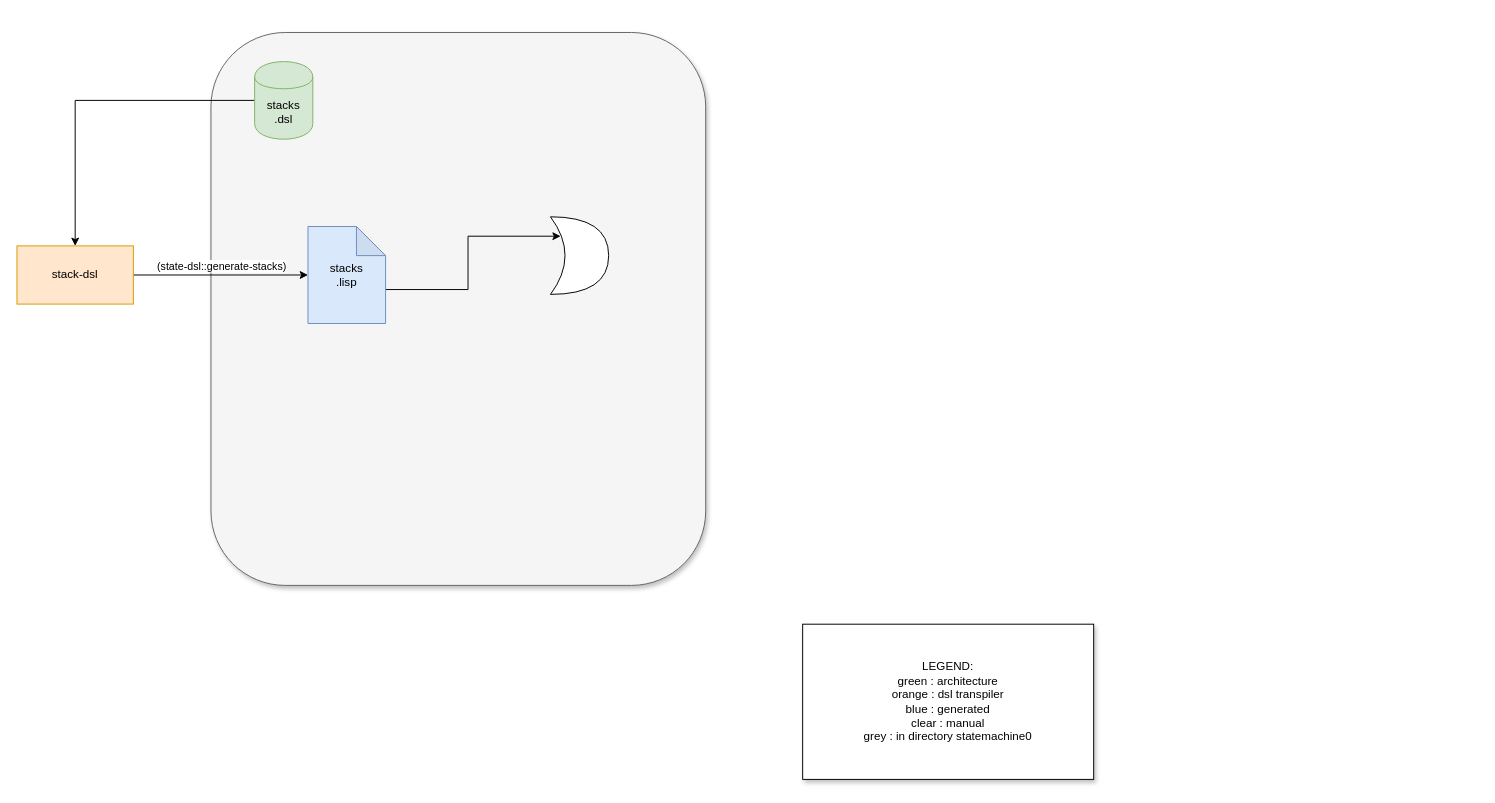
The draw.io diagram workflow.drawio in guitarvydas/sm-dsl, before the edit. Source tidied: cells renumbered, new cells numbered last; positions are measured from the earlier drawing's top-left corner, leaving out a move shared by most shapes. Both pictures are drawn from the tidied source at 97%, with x=0, y=0 at pixel (16, 32).
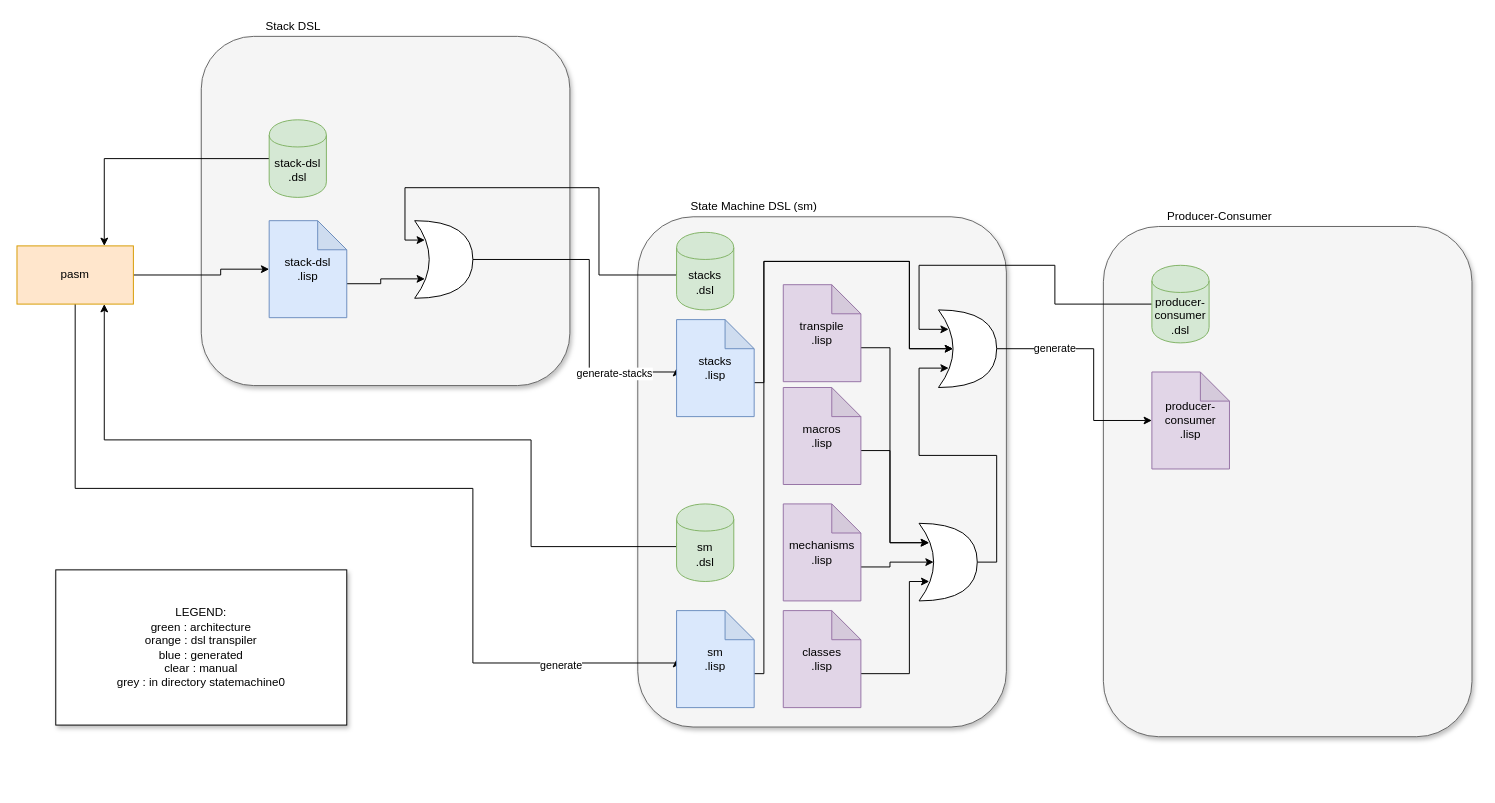
The same diagram, later.

The edit, as a diff of the source:
```diff
@@
+    <mxCell id="12" style="rounded=1;whiteSpace=wrap;html=1;shadow=1;strokeColor=#666666;fillColor=#f5f5f5;fontColor=#333333;" parent="1" vertex="1">
+      <mxGeometry x="1120" y="200" width="380" height="526" as="geometry" />
+    </mxCell>
+    <mxCell id="13" style="rounded=1;whiteSpace=wrap;html=1;shadow=1;strokeColor=#666666;fillColor=#f5f5f5;fontColor=#333333;" parent="1" vertex="1">
+      <mxGeometry x="640" y="190" width="380" height="526" as="geometry" />
+    </mxCell>
     <mxCell id="2" style="rounded=1;whiteSpace=wrap;html=1;shadow=1;strokeColor=#666666;fillColor=#f5f5f5;fontColor=#333333;" parent="1" vertex="1">
-      <mxGeometry x="200" width="510" height="570" as="geometry" />
+      <mxGeometry x="190" y="4" width="380" height="360" as="geometry" />
     </mxCell>
-    <mxCell id="3" style="edgeStyle=orthogonalEdgeStyle;rounded=0;jettySize=auto;html=1;exitX=0;exitY=0.5;exitDx=0;exitDy=0;" parent="1" edge="1" source="4" target="7">
-      <mxGeometry relative="1" as="geometry" />
-    </mxCell>
+    <mxCell id="14" style="edgeStyle=orthogonalEdgeStyle;rounded=0;jettySize=auto;html=1;exitX=0;exitY=0.5;exitDx=0;exitDy=0;entryX=0.175;entryY=0.25;entryDx=0;entryDy=0;entryPerimeter=0;" parent="1" edge="1" source="4" target="10">
+      <mxGeometry relative="1" as="geometry">
+        <Array as="points">
+          <mxPoint x="600" y="250" />
+          <mxPoint x="600" y="160" />
+          <mxPoint x="400" y="160" />
+          <mxPoint x="400" y="214" />
+        </Array>
+      </mxGeometry>
+    </mxCell>
     <mxCell id="4" value="stacks&lt;br&gt;.dsl" style="shape=cylinder;whiteSpace=wrap;html=1;boundedLbl=1;backgroundOutline=1;fillColor=#d5e8d4;strokeColor=#82b366;" parent="1" vertex="1">
-      <mxGeometry x="245" y="30" width="60" height="80" as="geometry" />
+      <mxGeometry x="680" y="206" width="59" height="80" as="geometry" />
     </mxCell>
     <mxCell id="5" style="edgeStyle=orthogonalEdgeStyle;rounded=0;jettySize=auto;html=1;exitX=1;exitY=0.5;exitDx=0;exitDy=0;entryX=0;entryY=0.5;entryDx=0;entryDy=0;entryPerimeter=0;" parent="1" edge="1" source="7" target="9">
-      <mxGeometry relative="1" as="geometry" />
+      <mxGeometry relative="1" as="geometry">
+        <Array as="points">
+          <mxPoint x="210" y="250" />
+          <mxPoint x="210" y="244" />
+        </Array>
+      </mxGeometry>
     </mxCell>
-    <mxCell id="6" value="(state-dsl::generate-stacks)" style="edgeLabel;html=1;align=center;verticalAlign=middle;" parent="5" vertex="1">
-      <mxGeometry x="-0.33" y="-4" relative="1" as="geometry">
-        <mxPoint x="30" y="-14" as="offset" />
-      </mxGeometry>
-    </mxCell>
+    <mxCell id="15" style="edgeStyle=orthogonalEdgeStyle;rounded=0;jettySize=auto;html=1;exitX=0.5;exitY=1;exitDx=0;exitDy=0;entryX=0;entryY=0.5;entryDx=0;entryDy=0;entryPerimeter=0;" parent="1" edge="1" source="7" target="28">
+      <mxGeometry relative="1" as="geometry">
+        <Array as="points">
+          <mxPoint x="60" y="470" />
+          <mxPoint x="470" y="470" />
+          <mxPoint x="470" y="650" />
+        </Array>
+      </mxGeometry>
+    </mxCell>
+    <mxCell id="16" value="generate" style="edgeLabel;html=1;align=center;verticalAlign=middle;" parent="15" vertex="1">
+      <mxGeometry x="0.75" y="-2" relative="1" as="geometry" />
+    </mxCell>
-    <mxCell id="7" value="stack-dsl" style="rounded=0;whiteSpace=wrap;html=1;fillColor=#ffe6cc;strokeColor=#d79b00;" parent="1" vertex="1">
+    <mxCell id="7" value="pasm" style="rounded=0;whiteSpace=wrap;html=1;fillColor=#ffe6cc;strokeColor=#d79b00;" parent="1" vertex="1">
       <mxGeometry y="220" width="120" height="60" as="geometry" />
     </mxCell>
-    <mxCell id="8" style="edgeStyle=orthogonalEdgeStyle;rounded=0;jettySize=auto;html=1;exitX=0;exitY=0;exitDx=80;exitDy=65;exitPerimeter=0;entryX=0.175;entryY=0.25;entryDx=0;entryDy=0;entryPerimeter=0;" parent="1" edge="1" source="9" target="10">
+    <mxCell id="8" style="edgeStyle=orthogonalEdgeStyle;rounded=0;jettySize=auto;html=1;exitX=0;exitY=0;exitDx=80;exitDy=65;exitPerimeter=0;entryX=0.175;entryY=0.75;entryDx=0;entryDy=0;entryPerimeter=0;" parent="1" edge="1" source="9" target="10">
       <mxGeometry relative="1" as="geometry" />
     </mxCell>
-    <mxCell id="9" value="stacks&lt;br&gt;.lisp" style="shape=note;whiteSpace=wrap;html=1;backgroundOutline=1;darkOpacity=0.05;fillColor=#dae8fc;strokeColor=#6c8ebf;" parent="1" vertex="1">
-      <mxGeometry x="300" y="200" width="80" height="100" as="geometry" />
+    <mxCell id="9" value="stack-dsl&lt;br&gt;.lisp" style="shape=note;whiteSpace=wrap;html=1;backgroundOutline=1;darkOpacity=0.05;fillColor=#dae8fc;strokeColor=#6c8ebf;" parent="1" vertex="1">
+      <mxGeometry x="260" y="194" width="80" height="100" as="geometry" />
     </mxCell>
+    <mxCell id="17" style="edgeStyle=orthogonalEdgeStyle;rounded=0;jettySize=auto;html=1;exitX=1;exitY=0.5;exitDx=0;exitDy=0;exitPerimeter=0;entryX=0;entryY=0.5;entryDx=0;entryDy=0;entryPerimeter=0;" parent="1" edge="1" source="10" target="26">
+      <mxGeometry relative="1" as="geometry">
+        <Array as="points">
+          <mxPoint x="590" y="234" />
+          <mxPoint x="590" y="350" />
+        </Array>
+      </mxGeometry>
+    </mxCell>
+    <mxCell id="18" value="generate-stacks" style="edgeLabel;html=1;align=center;verticalAlign=middle;" parent="17" vertex="1">
+      <mxGeometry x="0.58" y="-1" relative="1" as="geometry" />
+    </mxCell>
     <mxCell id="10" style="shape=xor;whiteSpace=wrap;html=1;" parent="1" vertex="1">
-      <mxGeometry x="550" y="190" width="60" height="80" as="geometry" />
+      <mxGeometry x="410" y="194" width="60" height="80" as="geometry" />
     </mxCell>
     <mxCell id="11" value="&lt;div&gt;&lt;span&gt;LEGEND:&lt;/span&gt;&lt;/div&gt;&lt;div&gt;&lt;span&gt;green : architecture&lt;/span&gt;&lt;/div&gt;&lt;div&gt;&lt;span&gt;orange : dsl transpiler&lt;/span&gt;&lt;/div&gt;&lt;div&gt;&lt;span&gt;blue : generated&lt;/span&gt;&lt;/div&gt;&lt;div&gt;&lt;span&gt;clear : manual&lt;/span&gt;&lt;/div&gt;&lt;div&gt;grey : in directory statemachine0&lt;/div&gt;" style="text;html=1;strokeColor=#000000;fillColor=#ffffff;align=center;verticalAlign=middle;whiteSpace=wrap;rounded=0;shadow=1;" parent="1" vertex="1">
-      <mxGeometry x="810" y="610" width="300" height="160" as="geometry" />
+      <mxGeometry x="40" y="554" width="300" height="160" as="geometry" />
     </mxCell>
+    <mxCell id="19" style="edgeStyle=orthogonalEdgeStyle;rounded=0;jettySize=auto;html=1;exitX=0;exitY=0.5;exitDx=0;exitDy=0;entryX=0.75;entryY=0;entryDx=0;entryDy=0;" parent="1" edge="1" source="20" target="7">
+      <mxGeometry relative="1" as="geometry" />
+    </mxCell>
+    <mxCell id="20" value="stack-dsl&lt;br&gt;.dsl" style="shape=cylinder;whiteSpace=wrap;html=1;boundedLbl=1;backgroundOutline=1;fillColor=#d5e8d4;strokeColor=#82b366;" parent="1" vertex="1">
+      <mxGeometry x="260" y="90" width="59" height="80" as="geometry" />
+    </mxCell>
+    <mxCell id="21" value="Stack DSL" style="text;html=1;strokeColor=none;fillColor=none;align=center;verticalAlign=middle;whiteSpace=wrap;rounded=0;" parent="1" vertex="1">
+      <mxGeometry x="230" y="-16" width="110" height="20" as="geometry" />
+    </mxCell>
+    <mxCell id="22" style="edgeStyle=orthogonalEdgeStyle;rounded=0;jettySize=auto;html=1;exitX=0;exitY=0.5;exitDx=0;exitDy=0;entryX=0.75;entryY=1;entryDx=0;entryDy=0;" parent="1" edge="1" source="23" target="7">
+      <mxGeometry relative="1" as="geometry">
+        <Array as="points">
+          <mxPoint x="530" y="530" />
+          <mxPoint x="530" y="420" />
+          <mxPoint x="90" y="420" />
+        </Array>
+      </mxGeometry>
+    </mxCell>
+    <mxCell id="23" value="sm&lt;br&gt;.dsl" style="shape=cylinder;whiteSpace=wrap;html=1;boundedLbl=1;backgroundOutline=1;fillColor=#d5e8d4;strokeColor=#82b366;" parent="1" vertex="1">
+      <mxGeometry x="680" y="486" width="59" height="80" as="geometry" />
+    </mxCell>
+    <mxCell id="24" value="State Machine DSL (sm)" style="text;html=1;strokeColor=none;fillColor=none;align=center;verticalAlign=middle;whiteSpace=wrap;rounded=0;" parent="1" vertex="1">
+      <mxGeometry x="690" y="170" width="140" height="20" as="geometry" />
+    </mxCell>
+    <mxCell id="25" style="edgeStyle=orthogonalEdgeStyle;rounded=0;jettySize=auto;html=1;exitX=0;exitY=0;exitDx=80;exitDy=65;exitPerimeter=0;entryX=0.25;entryY=0.5;entryDx=0;entryDy=0;entryPerimeter=0;" parent="1" edge="1" source="26" target="31">
+      <mxGeometry relative="1" as="geometry">
+        <Array as="points">
+          <mxPoint x="770" y="361" />
+          <mxPoint x="770" y="236" />
+          <mxPoint x="920" y="236" />
+          <mxPoint x="920" y="326" />
+        </Array>
+      </mxGeometry>
+    </mxCell>
+    <mxCell id="26" value="stacks&lt;br&gt;.lisp" style="shape=note;whiteSpace=wrap;html=1;backgroundOutline=1;darkOpacity=0.05;fillColor=#dae8fc;strokeColor=#6c8ebf;" parent="1" vertex="1">
+      <mxGeometry x="680" y="296" width="80" height="100" as="geometry" />
+    </mxCell>
+    <mxCell id="27" style="edgeStyle=orthogonalEdgeStyle;rounded=0;jettySize=auto;html=1;exitX=0;exitY=0;exitDx=80;exitDy=65;exitPerimeter=0;entryX=0.25;entryY=0.5;entryDx=0;entryDy=0;entryPerimeter=0;" parent="1" edge="1" source="28" target="31">
+      <mxGeometry relative="1" as="geometry">
+        <Array as="points">
+          <mxPoint x="770" y="661" />
+          <mxPoint x="770" y="236" />
+          <mxPoint x="920" y="236" />
+          <mxPoint x="920" y="326" />
+        </Array>
+      </mxGeometry>
+    </mxCell>
+    <mxCell id="28" value="sm&lt;br&gt;.lisp" style="shape=note;whiteSpace=wrap;html=1;backgroundOutline=1;darkOpacity=0.05;fillColor=#dae8fc;strokeColor=#6c8ebf;" parent="1" vertex="1">
+      <mxGeometry x="680" y="596" width="80" height="100" as="geometry" />
+    </mxCell>
+    <mxCell id="29" style="edgeStyle=orthogonalEdgeStyle;rounded=0;jettySize=auto;html=1;exitX=1;exitY=0.5;exitDx=0;exitDy=0;exitPerimeter=0;" parent="1" edge="1" source="31" target="45">
+      <mxGeometry relative="1" as="geometry">
+        <Array as="points">
+          <mxPoint x="1110" y="326" />
+          <mxPoint x="1110" y="400" />
+        </Array>
+      </mxGeometry>
+    </mxCell>
+    <mxCell id="30" value="generate" style="edgeLabel;html=1;align=center;verticalAlign=middle;" parent="29" vertex="1">
+      <mxGeometry x="-0.5" y="1" relative="1" as="geometry" />
+    </mxCell>
+    <mxCell id="31" style="shape=xor;whiteSpace=wrap;html=1;" parent="1" vertex="1">
+      <mxGeometry x="950" y="286" width="60" height="80" as="geometry" />
+    </mxCell>
+    <mxCell id="32" style="edgeStyle=orthogonalEdgeStyle;rounded=0;jettySize=auto;html=1;exitX=0;exitY=0;exitDx=80;exitDy=65;exitPerimeter=0;entryX=0.175;entryY=0.75;entryDx=0;entryDy=0;entryPerimeter=0;" parent="1" edge="1" source="33" target="41">
+      <mxGeometry relative="1" as="geometry">
+        <Array as="points">
+          <mxPoint x="920" y="661" />
+          <mxPoint x="920" y="566" />
+        </Array>
+      </mxGeometry>
+    </mxCell>
+    <mxCell id="33" value="classes&lt;br&gt;.lisp" style="shape=note;whiteSpace=wrap;html=1;backgroundOutline=1;darkOpacity=0.05;fillColor=#e1d5e7;strokeColor=#9673a6;" parent="1" vertex="1">
+      <mxGeometry x="790" y="596" width="80" height="100" as="geometry" />
+    </mxCell>
+    <mxCell id="34" style="edgeStyle=orthogonalEdgeStyle;rounded=0;jettySize=auto;html=1;exitX=0;exitY=0;exitDx=80;exitDy=65;exitPerimeter=0;" parent="1" edge="1" source="35">
+      <mxGeometry relative="1" as="geometry">
+        <mxPoint x="940" y="526" as="targetPoint" />
+        <Array as="points">
+          <mxPoint x="900" y="431" />
+          <mxPoint x="900" y="526" />
+        </Array>
+      </mxGeometry>
+    </mxCell>
+    <mxCell id="35" value="macros&lt;br&gt;.lisp" style="shape=note;whiteSpace=wrap;html=1;backgroundOutline=1;darkOpacity=0.05;fillColor=#e1d5e7;strokeColor=#9673a6;" parent="1" vertex="1">
+      <mxGeometry x="790" y="366" width="80" height="100" as="geometry" />
+    </mxCell>
+    <mxCell id="36" style="edgeStyle=orthogonalEdgeStyle;rounded=0;jettySize=auto;html=1;exitX=0;exitY=0;exitDx=80;exitDy=65;exitPerimeter=0;entryX=0.25;entryY=0.5;entryDx=0;entryDy=0;entryPerimeter=0;" parent="1" edge="1" source="37" target="41">
+      <mxGeometry relative="1" as="geometry" />
+    </mxCell>
+    <mxCell id="37" value="mechanisms&lt;br&gt;.lisp" style="shape=note;whiteSpace=wrap;html=1;backgroundOutline=1;darkOpacity=0.05;fillColor=#e1d5e7;strokeColor=#9673a6;" parent="1" vertex="1">
+      <mxGeometry x="790" y="486" width="80" height="100" as="geometry" />
+    </mxCell>
+    <mxCell id="38" style="edgeStyle=orthogonalEdgeStyle;rounded=0;jettySize=auto;html=1;exitX=0;exitY=0;exitDx=80;exitDy=65;exitPerimeter=0;entryX=0.175;entryY=0.25;entryDx=0;entryDy=0;entryPerimeter=0;" parent="1" edge="1" source="39" target="41">
+      <mxGeometry relative="1" as="geometry">
+        <Array as="points">
+          <mxPoint x="900" y="325" />
+          <mxPoint x="900" y="526" />
+        </Array>
+      </mxGeometry>
+    </mxCell>
+    <mxCell id="39" value="transpile&lt;br&gt;.lisp" style="shape=note;whiteSpace=wrap;html=1;backgroundOutline=1;darkOpacity=0.05;fillColor=#e1d5e7;strokeColor=#9673a6;" parent="1" vertex="1">
+      <mxGeometry x="790" y="260" width="80" height="100" as="geometry" />
+    </mxCell>
+    <mxCell id="40" style="edgeStyle=orthogonalEdgeStyle;rounded=0;jettySize=auto;html=1;exitX=1;exitY=0.5;exitDx=0;exitDy=0;exitPerimeter=0;entryX=0.175;entryY=0.75;entryDx=0;entryDy=0;entryPerimeter=0;" parent="1" edge="1" source="41" target="31">
+      <mxGeometry relative="1" as="geometry">
+        <Array as="points">
+          <mxPoint x="1010" y="546" />
+          <mxPoint x="1010" y="436" />
+          <mxPoint x="930" y="436" />
+          <mxPoint x="930" y="346" />
+        </Array>
+      </mxGeometry>
+    </mxCell>
+    <mxCell id="41" style="shape=xor;whiteSpace=wrap;html=1;" parent="1" vertex="1">
+      <mxGeometry x="930" y="506" width="60" height="80" as="geometry" />
+    </mxCell>
+    <mxCell id="42" value="Producer-Consumer" style="text;html=1;strokeColor=none;fillColor=none;align=center;verticalAlign=middle;whiteSpace=wrap;rounded=0;" parent="1" vertex="1">
+      <mxGeometry x="1170" y="180" width="140" height="20" as="geometry" />
+    </mxCell>
+    <mxCell id="43" style="edgeStyle=orthogonalEdgeStyle;rounded=0;jettySize=auto;html=1;exitX=0;exitY=0.5;exitDx=0;exitDy=0;entryX=0.175;entryY=0.25;entryDx=0;entryDy=0;entryPerimeter=0;" parent="1" edge="1" source="44" target="31">
+      <mxGeometry relative="1" as="geometry">
+        <Array as="points">
+          <mxPoint x="1070" y="280" />
+          <mxPoint x="1070" y="240" />
+          <mxPoint x="930" y="240" />
+          <mxPoint x="930" y="306" />
+        </Array>
+      </mxGeometry>
+    </mxCell>
+    <mxCell id="44" value="producer-&lt;br&gt;consumer&lt;br&gt;.dsl" style="shape=cylinder;whiteSpace=wrap;html=1;boundedLbl=1;backgroundOutline=1;fillColor=#d5e8d4;strokeColor=#82b366;" parent="1" vertex="1">
+      <mxGeometry x="1170" y="240" width="59" height="80" as="geometry" />
+    </mxCell>
+    <mxCell id="45" value="producer-&lt;br&gt;consumer&lt;br&gt;.lisp" style="shape=note;whiteSpace=wrap;html=1;backgroundOutline=1;darkOpacity=0.05;fillColor=#e1d5e7;strokeColor=#9673a6;" parent="1" vertex="1">
+      <mxGeometry x="1170" y="350" width="80" height="100" as="geometry" />
+    </mxCell>
```
